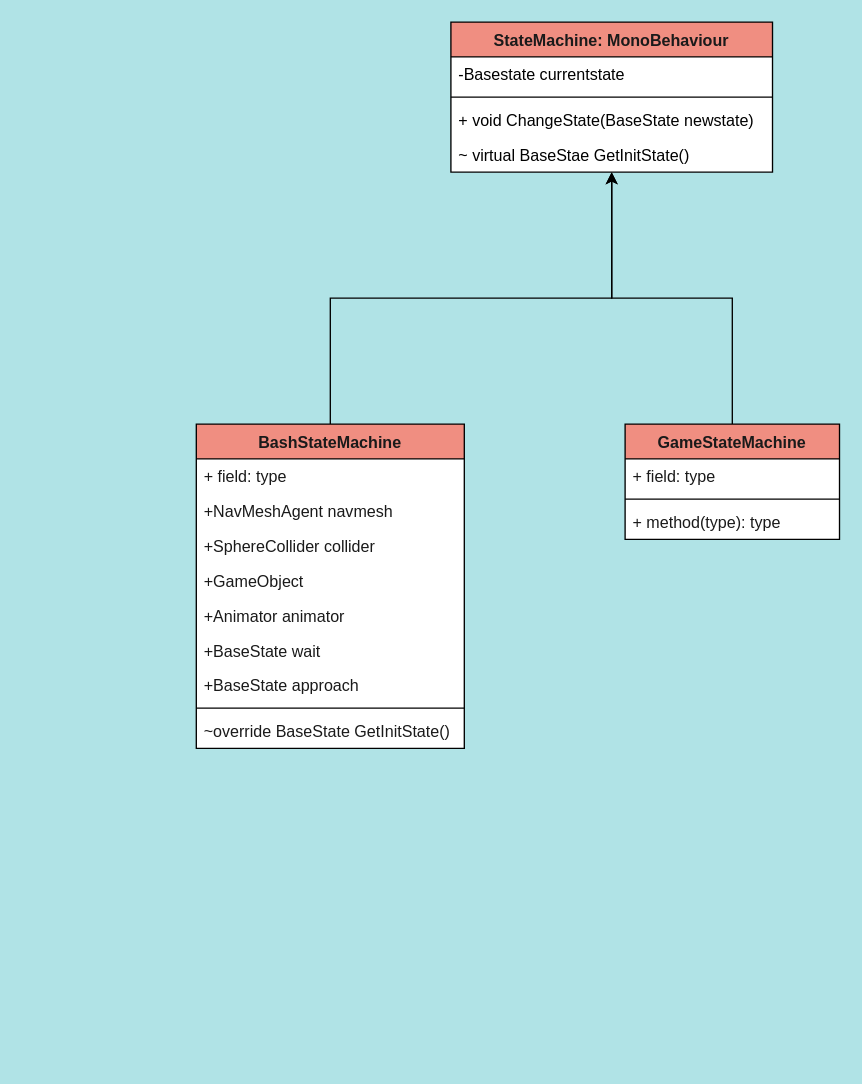
The draw.io diagram page "Machines" (4 of 4) of Boomstriction.drawio in Justice-Tei21/Unity-Scripts, before the edit. Source tidied: cells renumbered, new cells numbered last; positions are measured from the earlier drawing's top-left corner, leaving out a move shared by most shapes. Both pictures are drawn from the tidied source at 134%, with x=0, y=0 at pixel (196, 21).
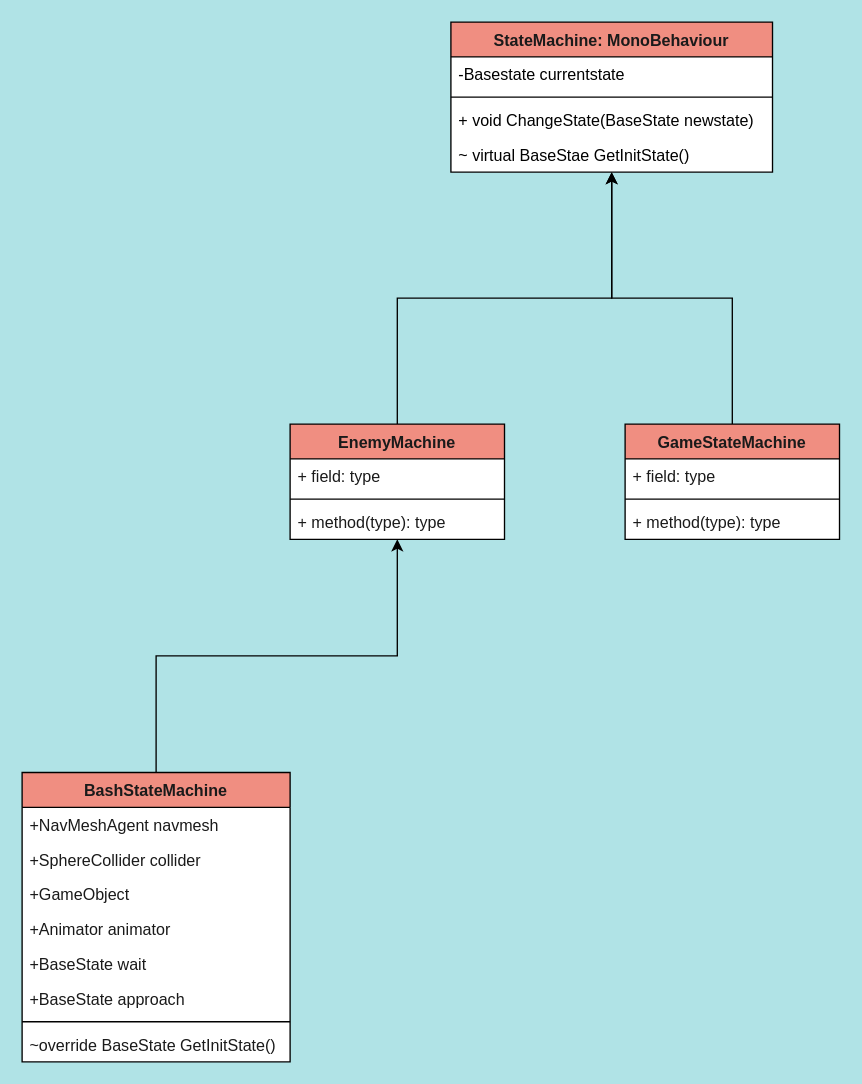
Above is the later version.

The change refers to these unchanged cells:
```xml
<mxCell id="18" value="StateMachine: MonoBehaviour" style="swimlane;fontStyle=1;align=center;verticalAlign=top;horizontal=1;startSize=26;fillColor=#F08E81;fontColor=#1A1A1A;rounded=0;swimlaneFillColor=default;" parent="1" vertex="1">
  <mxGeometry x="190" width="240" height="112" as="geometry" />
</mxCell>
```

Diff of the diagram source:
```diff
@@
-    <mxCell id="7" style="edgeStyle=orthogonalEdgeStyle;rounded=0;jettySize=auto;html=1;fontFamily=Helvetica;fontSize=12;fontColor=#1A1A1A;startSize=26;" parent="1" edge="1" source="8" target="18">
-      <mxGeometry relative="1" as="geometry" />
-    </mxCell>
+    <mxCell id="23" style="edgeStyle=orthogonalEdgeStyle;rounded=0;jettySize=auto;html=1;fontFamily=Helvetica;fontSize=12;fontColor=#1A1A1A;startSize=26;" parent="1" edge="1" source="8" target="25">
+      <mxGeometry relative="1" as="geometry" />
+    </mxCell>
     <mxCell id="8" value="BashStateMachine" style="swimlane;fontStyle=1;align=center;verticalAlign=top;horizontal=1;startSize=26;rounded=0;strokeColor=default;fontFamily=Helvetica;fontSize=12;fontColor=#1A1A1A;fillColor=#F08E81;swimlaneFillColor=default;" parent="1" vertex="1">
-      <mxGeometry y="300" width="200" height="242" as="geometry" />
+      <mxGeometry x="-130" y="560" width="200" height="216" as="geometry" />
     </mxCell>
-    <mxCell id="9" value="+ field: type" style="text;strokeColor=none;fillColor=none;align=left;verticalAlign=top;spacingLeft=4;spacingRight=4;overflow=hidden;fontSize=12;fontFamily=Helvetica;fontColor=#1A1A1A;" parent="8" vertex="1">
-      <mxGeometry y="26" width="200" height="26" as="geometry" />
-    </mxCell>
     <mxCell id="10" value="+NavMeshAgent navmesh" style="text;strokeColor=none;fillColor=none;align=left;verticalAlign=top;spacingLeft=4;spacingRight=4;overflow=hidden;fontSize=12;fontFamily=Helvetica;fontColor=#1A1A1A;" parent="8" vertex="1">
-      <mxGeometry y="52" width="200" height="26" as="geometry" />
+      <mxGeometry y="26" width="200" height="26" as="geometry" />
     </mxCell>
     <mxCell id="11" value="+SphereCollider collider" style="text;strokeColor=none;fillColor=none;align=left;verticalAlign=top;spacingLeft=4;spacingRight=4;overflow=hidden;fontSize=12;fontFamily=Helvetica;fontColor=#1A1A1A;" parent="8" vertex="1">
-      <mxGeometry y="78" width="200" height="26" as="geometry" />
+      <mxGeometry y="52" width="200" height="26" as="geometry" />
     </mxCell>
     <mxCell id="12" value="+GameObject" style="text;strokeColor=none;fillColor=none;align=left;verticalAlign=top;spacingLeft=4;spacingRight=4;overflow=hidden;fontSize=12;fontFamily=Helvetica;fontColor=#1A1A1A;" parent="8" vertex="1">
-      <mxGeometry y="104" width="200" height="26" as="geometry" />
+      <mxGeometry y="78" width="200" height="26" as="geometry" />
     </mxCell>
     <mxCell id="13" value="+Animator animator" style="text;strokeColor=none;fillColor=none;align=left;verticalAlign=top;spacingLeft=4;spacingRight=4;overflow=hidden;fontSize=12;fontFamily=Helvetica;fontColor=#1A1A1A;" parent="8" vertex="1">
-      <mxGeometry y="130" width="200" height="26" as="geometry" />
+      <mxGeometry y="104" width="200" height="26" as="geometry" />
     </mxCell>
     <mxCell id="14" value="+BaseState wait" style="text;strokeColor=none;fillColor=none;align=left;verticalAlign=top;spacingLeft=4;spacingRight=4;overflow=hidden;fontSize=12;fontFamily=Helvetica;fontColor=#1A1A1A;" parent="8" vertex="1">
-      <mxGeometry y="156" width="200" height="26" as="geometry" />
+      <mxGeometry y="130" width="200" height="26" as="geometry" />
     </mxCell>
     <mxCell id="15" value="+BaseState approach" style="text;strokeColor=none;fillColor=none;align=left;verticalAlign=top;spacingLeft=4;spacingRight=4;overflow=hidden;fontSize=12;fontFamily=Helvetica;fontColor=#1A1A1A;" parent="8" vertex="1">
-      <mxGeometry y="182" width="200" height="26" as="geometry" />
+      <mxGeometry y="156" width="200" height="26" as="geometry" />
     </mxCell>
     <mxCell id="16" style="line;strokeWidth=1;fillColor=none;align=left;verticalAlign=middle;spacingTop=-1;spacingLeft=3;spacingRight=3;labelPosition=right;strokeColor=inherit;rounded=0;fontFamily=Helvetica;fontSize=12;fontColor=#1A1A1A;startSize=26;" parent="8" vertex="1">
-      <mxGeometry y="208" width="200" height="8" as="geometry" />
+      <mxGeometry y="182" width="200" height="8" as="geometry" />
     </mxCell>
     <mxCell id="17" value="~override BaseState GetInitState()" style="text;strokeColor=none;fillColor=none;align=left;verticalAlign=top;spacingLeft=4;spacingRight=4;overflow=hidden;fontSize=12;fontFamily=Helvetica;fontColor=#1A1A1A;" parent="8" vertex="1">
-      <mxGeometry y="216" width="200" height="26" as="geometry" />
+      <mxGeometry y="190" width="200" height="26" as="geometry" />
     </mxCell>
@@
+    <mxCell id="24" style="edgeStyle=orthogonalEdgeStyle;rounded=0;jettySize=auto;html=1;fontFamily=Helvetica;fontSize=12;fontColor=#1A1A1A;startSize=26;" parent="1" edge="1" source="25" target="18">
+      <mxGeometry relative="1" as="geometry" />
+    </mxCell>
+    <mxCell id="25" value="EnemyMachine" style="swimlane;fontStyle=1;align=center;verticalAlign=top;horizontal=1;startSize=26;rounded=0;strokeColor=default;fontFamily=Helvetica;fontSize=12;fontColor=#1A1A1A;fillColor=#F08E81;swimlaneFillColor=default;" parent="1" vertex="1">
+      <mxGeometry x="70" y="300" width="160" height="86" as="geometry" />
+    </mxCell>
+    <mxCell id="9" value="+ field: type" style="text;strokeColor=none;fillColor=none;align=left;verticalAlign=top;spacingLeft=4;spacingRight=4;overflow=hidden;fontSize=12;fontFamily=Helvetica;fontColor=#1A1A1A;" parent="25" vertex="1">
+      <mxGeometry y="26" width="160" height="26" as="geometry" />
+    </mxCell>
+    <mxCell id="26" style="line;strokeWidth=1;fillColor=none;align=left;verticalAlign=middle;spacingTop=-1;spacingLeft=3;spacingRight=3;labelPosition=right;strokeColor=inherit;rounded=0;fontFamily=Helvetica;fontSize=12;fontColor=#1A1A1A;startSize=26;" parent="25" vertex="1">
+      <mxGeometry y="52" width="160" height="8" as="geometry" />
+    </mxCell>
+    <mxCell id="27" value="+ method(type): type" style="text;strokeColor=none;fillColor=none;align=left;verticalAlign=top;spacingLeft=4;spacingRight=4;overflow=hidden;fontSize=12;fontFamily=Helvetica;fontColor=#1A1A1A;" parent="25" vertex="1">
+      <mxGeometry y="60" width="160" height="26" as="geometry" />
+    </mxCell>
```
